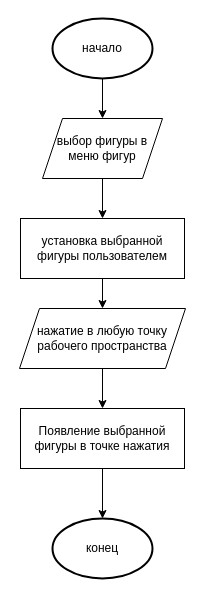
Elvinofficial/CSUICharts keeps this draw.io diagram as page "_Создание_Блока_" (1 of 4) of _Блок_Схемы_Вадим_.drawio. Above is the earlier version. Source tidied: cells renumbered, new cells numbered last; positions are measured from the earlier drawing's top-left corner, leaving out a move shared by most shapes. Both pictures are drawn from the tidied source at 100%, with x=0, y=0 at pixel (19, 18).
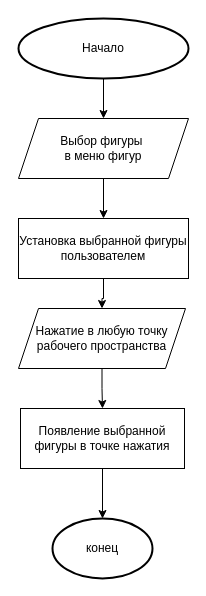
After the change.

What changed in the source:
```diff
@@
 <mxGraphModel>
   <root>
     <mxCell id="0" />
     <mxCell id="1" parent="0" />
     <mxCell id="2" style="edgeStyle=orthogonalEdgeStyle;rounded=0;jettySize=auto;html=1;entryX=0.5;entryY=0;entryDx=0;entryDy=0;" parent="1" edge="1" source="3" target="5">
       <mxGeometry relative="1" as="geometry" />
     </mxCell>
-    <mxCell id="3" value="начало" style="strokeWidth=2;html=1;shape=mxgraph.flowchart.start_1;whiteSpace=wrap;" parent="1" vertex="1">
-      <mxGeometry x="33" width="100" height="60" as="geometry" />
+    <mxCell id="3" value="Начало" style="strokeWidth=2;html=1;shape=mxgraph.flowchart.start_1;whiteSpace=wrap;" parent="1" vertex="1">
+      <mxGeometry x="-1" width="170" height="60" as="geometry" />
     </mxCell>
     <mxCell id="4" style="edgeStyle=orthogonalEdgeStyle;rounded=0;jettySize=auto;html=1;" parent="1" edge="1" source="5" target="7">
       <mxGeometry relative="1" as="geometry" />
     </mxCell>
-    <mxCell id="5" value="выбор фигуры в меню фигур" style="shape=parallelogram;perimeter=parallelogramPerimeter;whiteSpace=wrap;html=1;fixedSize=1;" parent="1" vertex="1">
-      <mxGeometry x="23" y="100" width="120" height="60" as="geometry" />
+    <mxCell id="5" value="Выбор фигуры&amp;nbsp;&lt;div&gt;в меню фигур&lt;/div&gt;" style="shape=parallelogram;perimeter=parallelogramPerimeter;whiteSpace=wrap;html=1;fixedSize=1;" parent="1" vertex="1">
+      <mxGeometry x="-1" y="100" width="170" height="60" as="geometry" />
     </mxCell>
     <mxCell id="6" style="edgeStyle=orthogonalEdgeStyle;rounded=0;jettySize=auto;html=1;entryX=0.5;entryY=0;entryDx=0;entryDy=0;" parent="1" edge="1" source="7" target="9">
       <mxGeometry relative="1" as="geometry" />
     </mxCell>
-    <mxCell id="7" value="установка выбранной фигуры пользователем" style="rounded=0;whiteSpace=wrap;html=1;" parent="1" vertex="1">
-      <mxGeometry x="1" y="200" width="164" height="60" as="geometry" />
+    <mxCell id="7" value="Установка выбранной фигуры пользователем" style="rounded=0;whiteSpace=wrap;html=1;" parent="1" vertex="1">
+      <mxGeometry x="-1" y="200" width="170" height="60" as="geometry" />
     </mxCell>
     <mxCell id="8" style="edgeStyle=orthogonalEdgeStyle;rounded=0;jettySize=auto;html=1;entryX=0.5;entryY=0;entryDx=0;entryDy=0;" parent="1" edge="1" source="9" target="10">
       <mxGeometry relative="1" as="geometry" />
     </mxCell>
-    <mxCell id="9" value="нажатие в любую точку рабочего пространства" style="shape=parallelogram;perimeter=parallelogramPerimeter;whiteSpace=wrap;html=1;fixedSize=1;" parent="1" vertex="1">
-      <mxGeometry y="290" width="166" height="60" as="geometry" />
+    <mxCell id="9" value="Нажатие в любую точку рабочего пространства" style="shape=parallelogram;perimeter=parallelogramPerimeter;whiteSpace=wrap;html=1;fixedSize=1;" parent="1" vertex="1">
+      <mxGeometry x="-1" y="290" width="167" height="60" as="geometry" />
     </mxCell>
     <mxCell id="10" value="Появление выбранной фигуры в точке нажатия" style="rounded=0;whiteSpace=wrap;html=1;" parent="1" vertex="1">
       <mxGeometry x="1" y="390" width="164" height="60" as="geometry" />
     </mxCell>
     <mxCell id="11" value="конец" style="strokeWidth=2;html=1;shape=mxgraph.flowchart.start_1;whiteSpace=wrap;" parent="1" vertex="1">
       <mxGeometry x="33" y="500" width="100" height="60" as="geometry" />
     </mxCell>
     <mxCell id="12" style="edgeStyle=orthogonalEdgeStyle;rounded=0;jettySize=auto;html=1;entryX=0.5;entryY=0;entryDx=0;entryDy=0;entryPerimeter=0;" parent="1" edge="1" source="10" target="11">
       <mxGeometry relative="1" as="geometry" />
     </mxCell>
   </root>
 </mxGraphModel>
```
